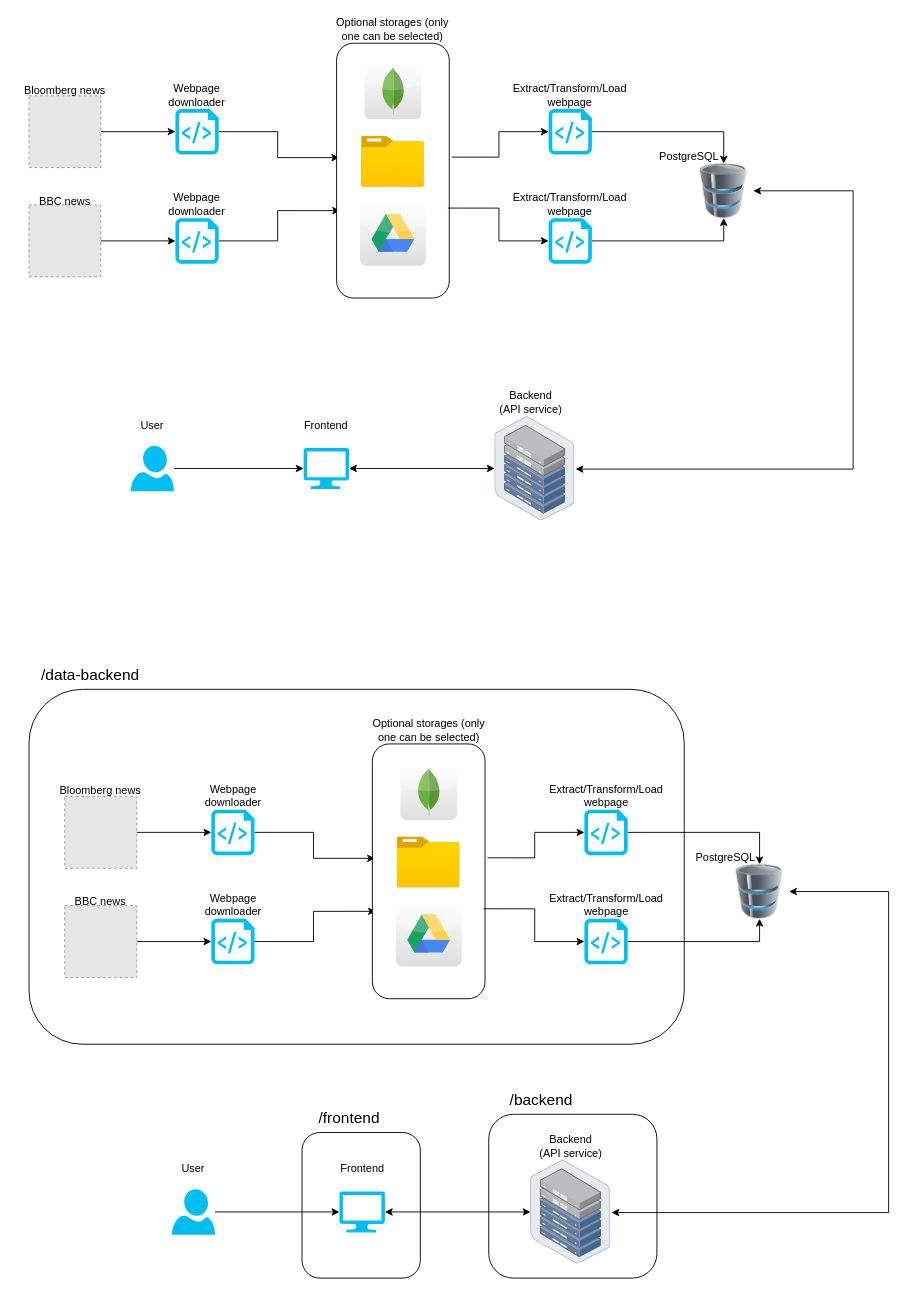
DAguirreAg/Financial-news-collectors keeps this draw.io diagram as documentation/Diagrams.drawio. Above is the earlier version. Source tidied: cells renumbered, new cells numbered last; positions are measured from the earlier drawing's top-left corner, leaving out a move shared by most shapes. Both pictures are drawn from the tidied source at 91%, with x=0, y=0 at pixel (15, 15). Pictures stored in the file or linked from it are replaced by grey dashed boxes.
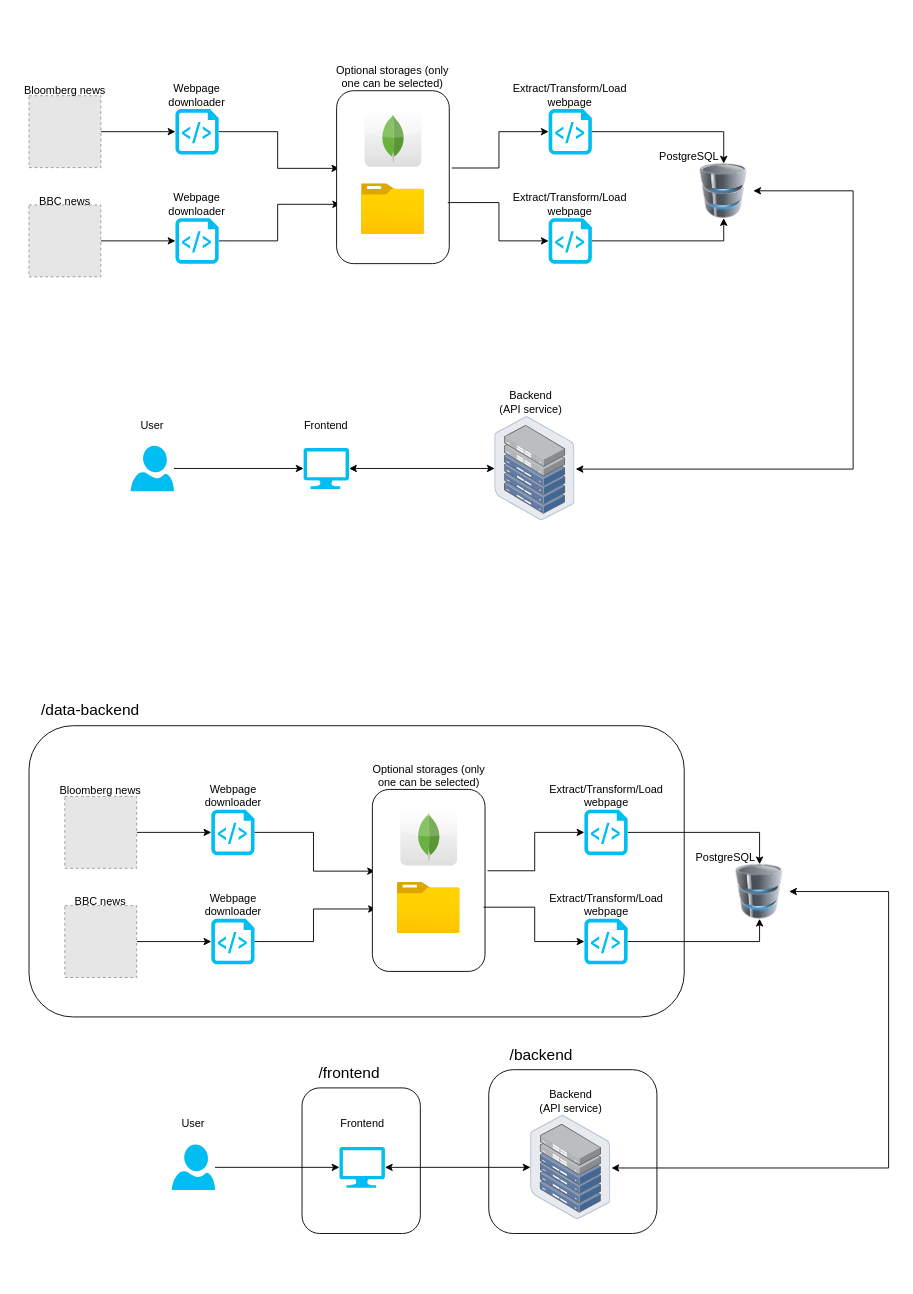
After the change.

Unchanged cells that the change refers to:
```xml
<mxCell id="19" style="group;" parent="1" vertex="1">
  <mxGeometry x="352.4" width="140" height="350" as="geometry" />
</mxCell>
<mxCell id="55" style="image;html=1;image=img/lib/clip_art/computers/Database_128x128.png;" parent="1" vertex="1">
  <mxGeometry x="784.7" y="932.2" width="65" height="60" as="geometry" />
</mxCell>
<mxCell id="77" style="image;points=[];html=1;align=center;shadow=0;dashed=0;image=img/lib/allied_telesis/storage/Datacenter_Server_Half_Rack_ToR.svg;" parent="76" vertex="1">
  <mxGeometry x="5.8" y="30" width="88.2" height="114.6" as="geometry" />
</mxCell>
```

Change to the diagram source:
```diff
@@
     <mxCell id="2" style="rounded=1;whiteSpace=wrap;html=1;" parent="1" vertex="1">
-      <mxGeometry x="314.4" y="1227" width="130" height="160" as="geometry" />
+      <mxGeometry x="314.4" y="1178" width="130" height="160" as="geometry" />
     </mxCell>
     <mxCell id="3" style="rounded=1;whiteSpace=wrap;html=1;" parent="1" vertex="1">
-      <mxGeometry x="519.6" y="1207" width="184.8" height="180" as="geometry" />
+      <mxGeometry x="519.6" y="1158" width="184.8" height="180" as="geometry" />
     </mxCell>
     <mxCell id="4" style="rounded=1;whiteSpace=wrap;html=1;" parent="1" vertex="1">
-      <mxGeometry x="14.4" y="740" width="720" height="390" as="geometry" />
+      <mxGeometry x="14.4" y="780" width="720" height="320" as="geometry" />
     </mxCell>
@@
+    <mxCell id="85" style="group;" parent="19" vertex="1">
+      <mxGeometry x="-4.1" y="52.2" width="131.9" height="220" as="geometry" />
+    </mxCell>
-    <mxCell id="20" style="rounded=1;whiteSpace=wrap;html=1;" parent="19" vertex="1">
-      <mxGeometry y="30" width="123.8" height="280" as="geometry" />
+    <mxCell id="20" style="rounded=1;whiteSpace=wrap;html=1;" parent="85" vertex="1">
+      <mxGeometry x="4.1" y="30" width="123.8" height="190" as="geometry" />
     </mxCell>
-    <mxCell id="21" style="dashed=0;html=1;align=center;labelPosition=center;verticalLabelPosition=bottom;verticalAlign=top;shape=mxgraph.webicons.mongodb;gradientColor=#DFDEDE;" parent="19" vertex="1">
-      <mxGeometry x="30.7" y="51.2" width="62.4" height="62.4" as="geometry" />
+    <mxCell id="21" style="dashed=0;html=1;align=center;labelPosition=center;verticalLabelPosition=bottom;verticalAlign=top;shape=mxgraph.webicons.mongodb;gradientColor=#DFDEDE;" parent="85" vertex="1">
+      <mxGeometry x="34.8" y="51.2" width="62.4" height="62.4" as="geometry" />
     </mxCell>
-    <mxCell id="22" style="image;html=1;align=center;fontSize=12;image=img/lib/azure2/general/Folder_Blank.svg;" parent="19" vertex="1">
-      <mxGeometry x="27.4" y="132.2" width="69" height="56" as="geometry" />
+    <mxCell id="22" style="image;html=1;align=center;fontSize=12;image=img/lib/azure2/general/Folder_Blank.svg;" parent="85" vertex="1">
+      <mxGeometry x="31.5" y="132.2" width="69" height="56" as="geometry" />
     </mxCell>
-    <mxCell id="23" style="dashed=0;html=1;align=center;labelPosition=center;verticalLabelPosition=bottom;verticalAlign=top;shape=mxgraph.webicons.google_drive;gradientColor=#DFDEDE;" parent="19" vertex="1">
-      <mxGeometry x="25.7" y="202.2" width="72.4" height="72.4" as="geometry" />
-    </mxCell>
-    <mxCell id="24" value="Optional storages (only one can be selected)" style="text;strokeColor=none;align=center;fillColor=none;html=1;verticalAlign=middle;whiteSpace=wrap;rounded=0;" parent="19" vertex="1">
-      <mxGeometry x="-4.1" width="131.9" height="30" as="geometry" />
+    <mxCell id="24" value="Optional storages (only one can be selected)" style="text;strokeColor=none;align=center;fillColor=none;html=1;verticalAlign=middle;whiteSpace=wrap;rounded=0;" parent="85" vertex="1">
+      <mxGeometry width="131.9" height="30" as="geometry" />
     </mxCell>
@@
     <mxCell id="54" style="edgeStyle=orthogonalEdgeStyle;rounded=0;jettySize=auto;html=1;entryX=1.009;entryY=0.506;entryDx=0;entryDy=0;entryPerimeter=0;endArrow=classic;endFill=1;startArrow=classic;startFill=1;" parent="1" edge="1" source="55" target="77">
       <mxGeometry relative="1" as="geometry">
         <Array as="points">
           <mxPoint x="959" y="962" />
-          <mxPoint x="959" y="1315" />
+          <mxPoint x="959" y="1266" />
         </Array>
       </mxGeometry>
     </mxCell>
@@
     <mxCell id="56" style="group;" parent="1" vertex="1">
-      <mxGeometry x="391.7" y="770" width="140" height="350" as="geometry" />
+      <mxGeometry x="391.7" y="820" width="140" height="350" as="geometry" />
     </mxCell>
     <mxCell id="57" style="rounded=1;whiteSpace=wrap;html=1;" parent="56" vertex="1">
-      <mxGeometry y="30" width="123.8" height="280" as="geometry" />
+      <mxGeometry y="30" width="123.8" height="200" as="geometry" />
     </mxCell>
@@
-    <mxCell id="60" style="dashed=0;html=1;align=center;labelPosition=center;verticalLabelPosition=bottom;verticalAlign=top;shape=mxgraph.webicons.google_drive;gradientColor=#DFDEDE;" parent="56" vertex="1">
-      <mxGeometry x="25.7" y="202.2" width="72.4" height="72.4" as="geometry" />
-    </mxCell>
@@
     <mxCell id="73" style="group;" parent="1" vertex="1">
-      <mxGeometry x="330.6" y="1252" width="99.8" height="84.8" as="geometry" />
+      <mxGeometry x="330.6" y="1203" width="99.8" height="84.8" as="geometry" />
     </mxCell>
@@
     <mxCell id="76" style="group;" parent="1" vertex="1">
-      <mxGeometry x="559.7" y="1227" width="99.8" height="144.6" as="geometry" />
+      <mxGeometry x="559.7" y="1178" width="99.8" height="144.6" as="geometry" />
     </mxCell>
@@
     <mxCell id="79" value="/data-backend" style="text;strokeColor=none;align=center;fillColor=none;html=1;verticalAlign=middle;whiteSpace=wrap;rounded=0;fontSize=17;" parent="1" vertex="1">
-      <mxGeometry x="14.4" y="710" width="135.7" height="30" as="geometry" />
+      <mxGeometry x="14.4" y="749" width="135.7" height="30" as="geometry" />
     </mxCell>
     <mxCell id="80" style="group;" parent="1" vertex="1">
-      <mxGeometry x="145.2" y="1252" width="99.8" height="87.3" as="geometry" />
+      <mxGeometry x="145.2" y="1203" width="99.8" height="87.3" as="geometry" />
     </mxCell>
@@
     <mxCell id="83" value="/frontend" style="text;strokeColor=none;align=left;fillColor=none;html=1;verticalAlign=middle;whiteSpace=wrap;rounded=0;fontSize=17;" parent="1" vertex="1">
-      <mxGeometry x="330.6" y="1197" width="135.7" height="30" as="geometry" />
+      <mxGeometry x="330.6" y="1148" width="135.7" height="30" as="geometry" />
     </mxCell>
     <mxCell id="84" value="/backend" style="text;strokeColor=none;align=left;fillColor=none;html=1;verticalAlign=middle;whiteSpace=wrap;rounded=0;fontSize=17;" parent="1" vertex="1">
-      <mxGeometry x="541.3" y="1177" width="135.7" height="30" as="geometry" />
+      <mxGeometry x="541.3" y="1128" width="135.7" height="30" as="geometry" />
     </mxCell>
```
